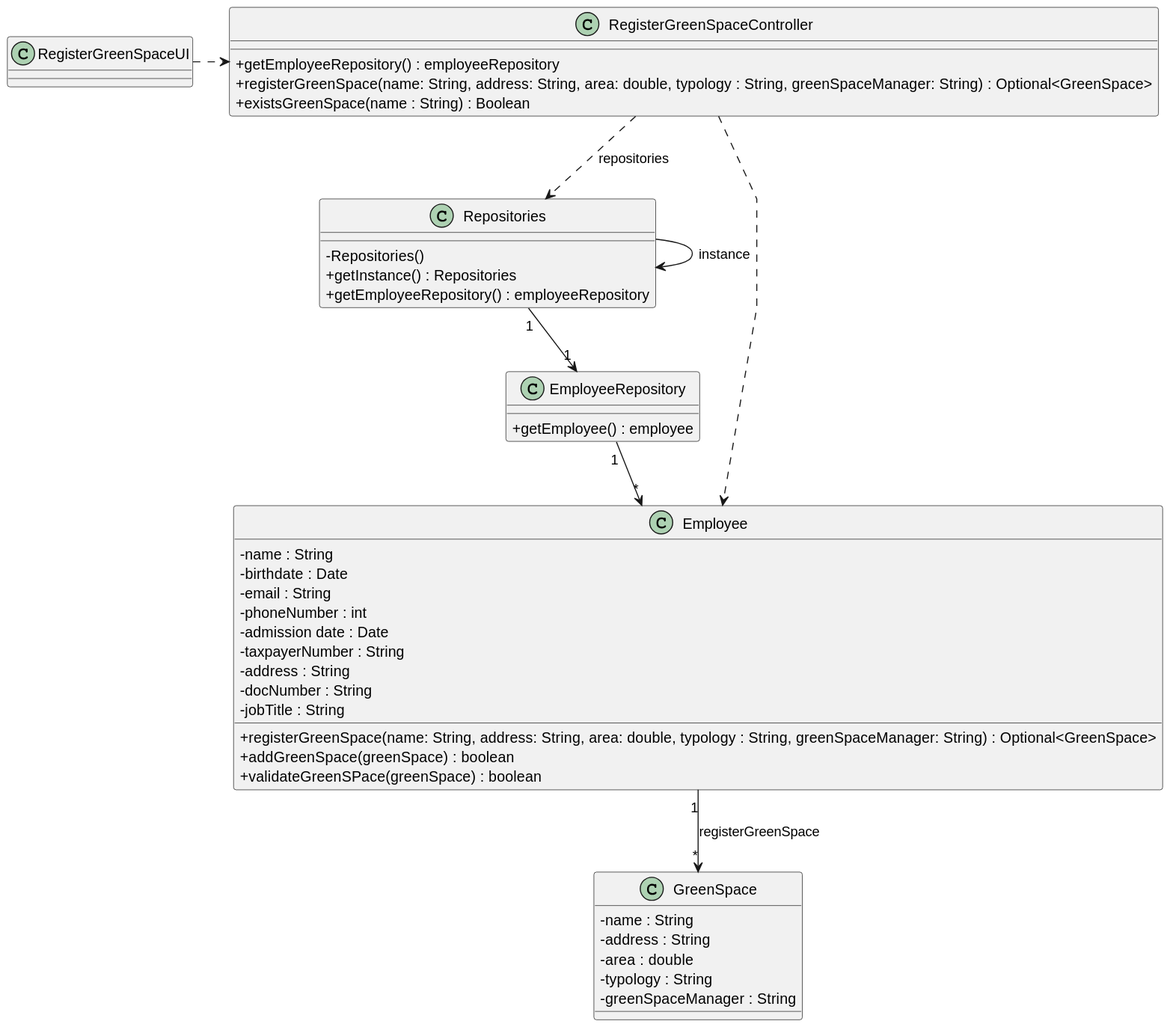
Before: docs/sprintC/US020/03.design/svg/us020-class-diagram.svg, a diagram exported from PlantUML (LopemigueISEP/lei-24-s2-1nb-g312).
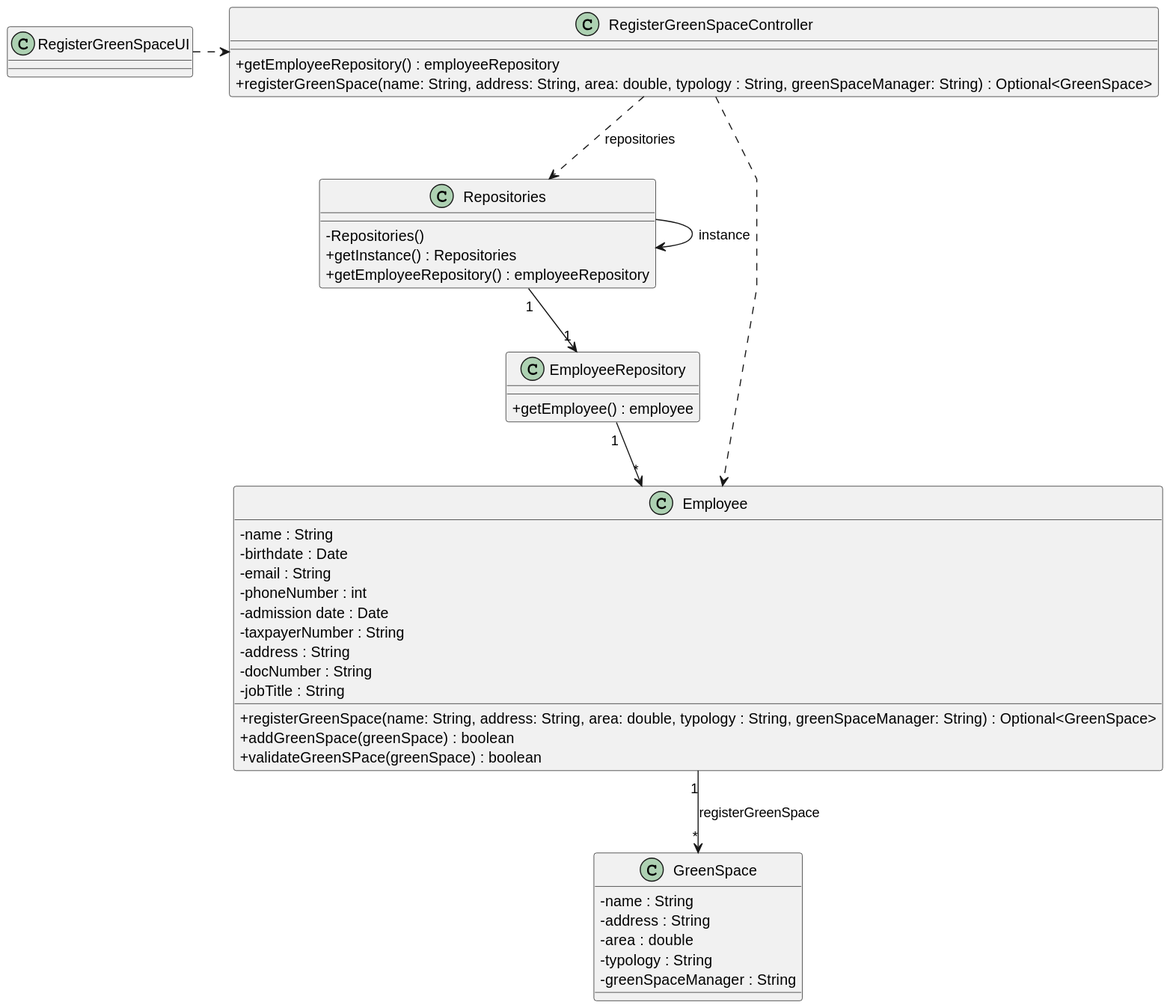
Later version of the same file.

Diff of the diagram source:
```diff
@@ -2,8 +2,8 @@
 skinparam packageStyle rectangle
 skinparam shadowing false
 skinparam linetype polyline
+
 skinparam classAttributeIconSize 0
-
 
 
 class RegisterGreenSpaceUI {
@@ -13,7 +13,6 @@
 class RegisterGreenSpaceController {
     + getEmployeeRepository() : employeeRepository
     + registerGreenSpace(name: String, address: String, area: double, typology : String, greenSpaceManager: String) : Optional<GreenSpace>
-    + existsGreenSpace(name : String) : Boolean
 
 }
 
```
